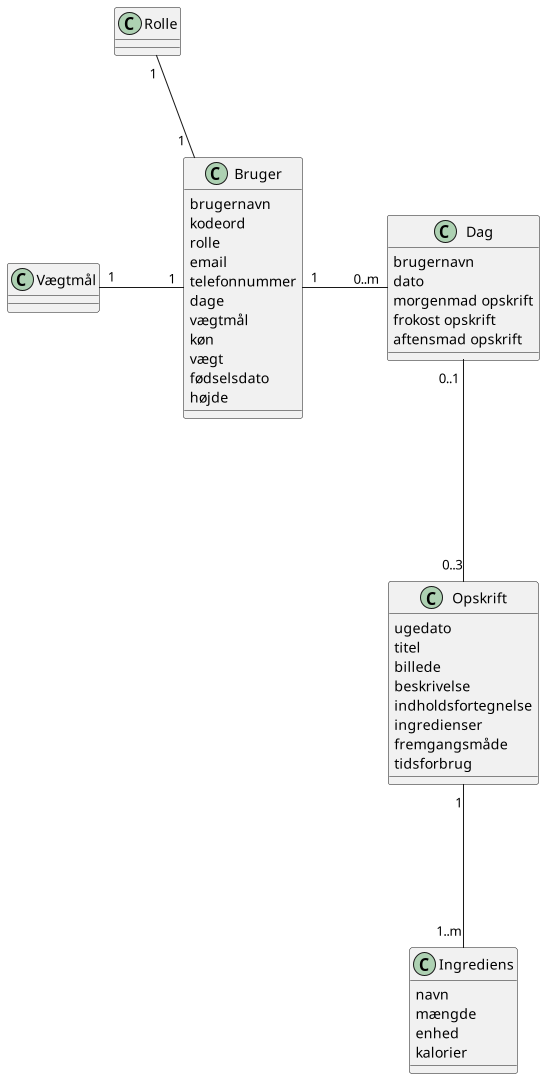
Before: diagram/domain-model.png, a diagram exported from PlantUML (sofush/kostplan).
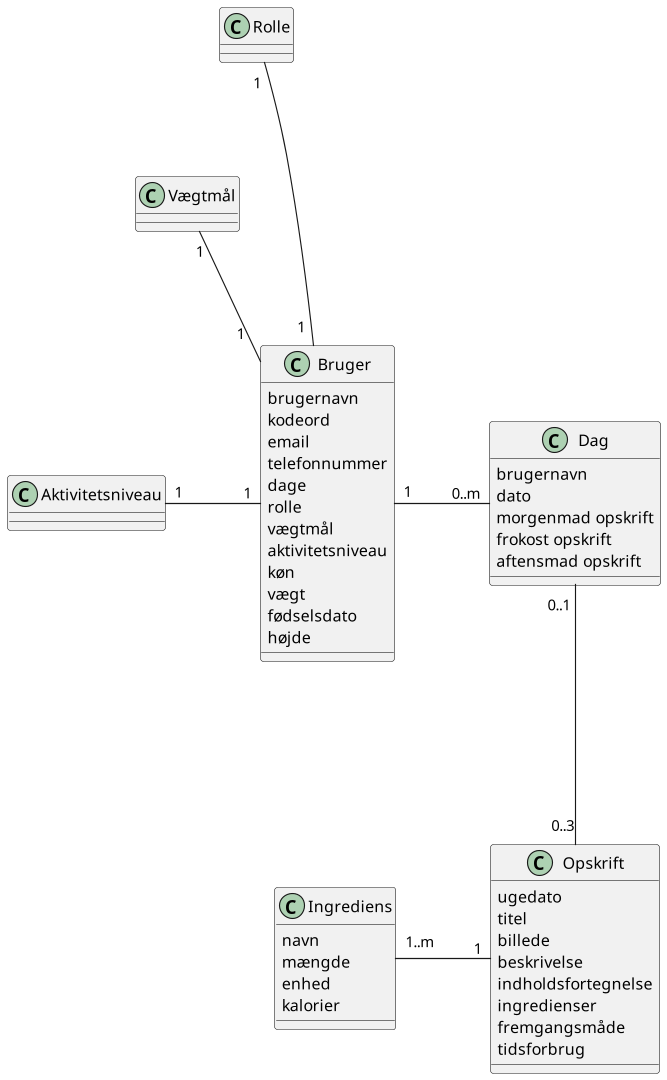
The same diagram one commit later.

The edit, as a diff of the source:
```diff
@@ -2,14 +2,16 @@
 scale 1920*1080
 class Rolle {}
 class Vægtmål {}
+class Aktivitetsniveau {}
 class Bruger {
 	brugernavn
 	kodeord
-	rolle
 	email
 	telefonnummer
 	dage
+	rolle
 	vægtmål
+	aktivitetsniveau
 	køn
 	vægt
 	fødselsdato
@@ -40,10 +42,12 @@
 }
 
 Rolle " 1 " -r-- " 1  " Bruger
-Vægtmål "1" -r-- "1" Bruger
+Vægtmål " 1 " -r-- " 1  " Bruger
+Aktivitetsniveau "1" -r-- "1" Bruger
 Rolle -down[hidden]- Vægtmål
+Vægtmål -down[hidden]- Aktivitetsniveau
 Bruger "1" -r-- "0..m" Dag
 Dag "0..1" --- "0..3" Opskrift
-Opskrift "1" --- "1..m" Ingrediens
+Opskrift "1" -l-- "1..m" Ingrediens
 
 @enduml
```
